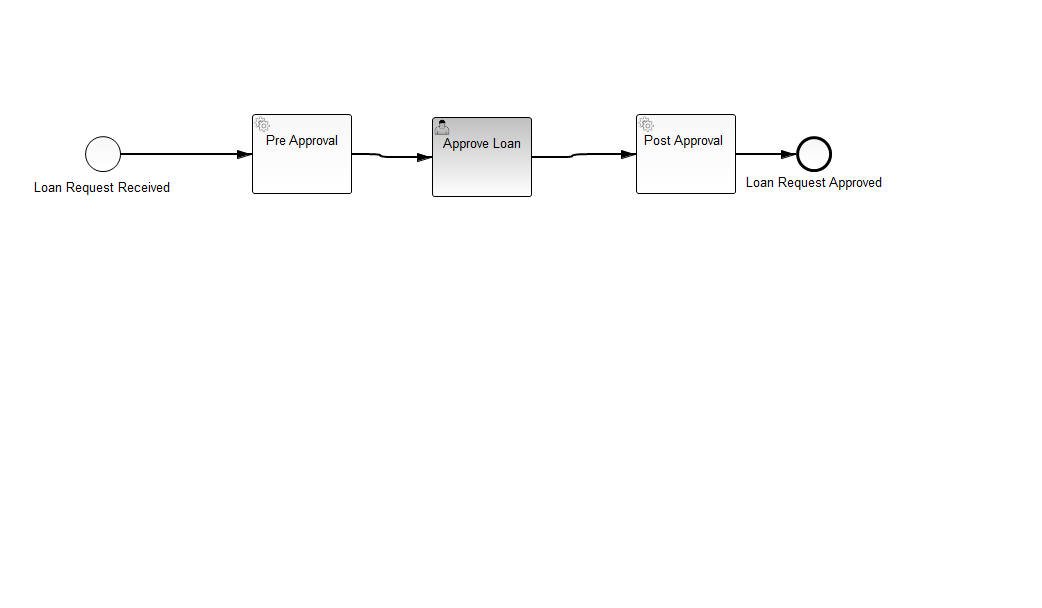
The BPMN diagram developing-process-applications/src/main/resources/loan-approval.png in pduleba/Camunda-SL, before a commit. Its source is kept beside it as developing-process-applications/src/main/resources/loan-approval.bpmn. Ids are renumbered.
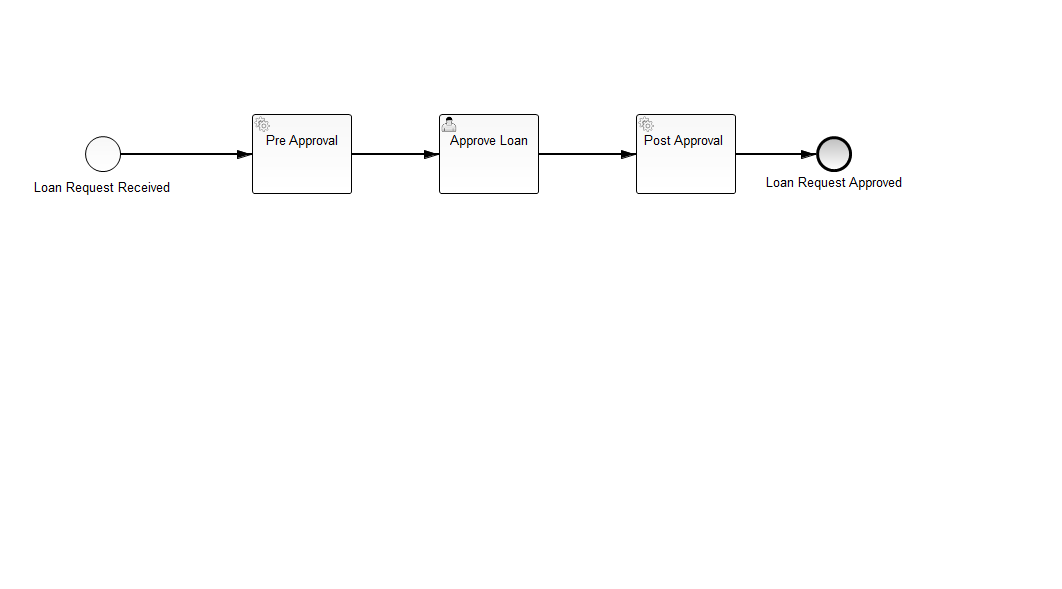
Above is the later version.

The edit, as a diff of the source:
```diff
@@ -9,9 +9,6 @@
       <bpmn:outgoing>SequenceFlow_1</bpmn:outgoing>
     </bpmn:serviceTask>
     <bpmn:sequenceFlow id="SequenceFlow_1" name="" sourceRef="ServiceTask_1" targetRef="UserTask_n2"/>
-    <bpmn:endEvent id="EndEvent_n3" name="Loan Request Approved">
-      <bpmn:incoming>SequenceFlow_2</bpmn:incoming>
-    </bpmn:endEvent>
     <bpmn:serviceTask id="ServiceTask_2" camunda_1:class="org.camunda.bpm.getstarted.loanapproval.PostProcessRequestDelegate" name="Post Approval ">
       <bpmn:incoming>SequenceFlow_n4</bpmn:incoming>
       <bpmn:outgoing>SequenceFlow_2</bpmn:outgoing>
@@ -22,6 +19,9 @@
       <bpmn:outgoing>SequenceFlow_n4</bpmn:outgoing>
     </bpmn:userTask>
     <bpmn:sequenceFlow id="SequenceFlow_n4" sourceRef="UserTask_n2" targetRef="ServiceTask_2"/>
+    <bpmn:endEvent id="EndEvent_n3" name="Loan Request Approved">
+      <bpmn:incoming>SequenceFlow_2</bpmn:incoming>
+    </bpmn:endEvent>
   </bpmn:process>
   <bpmndi:BPMNDiagram id="BPMNDiagram_1">
     <bpmndi:BPMNPlane id="BPMNPlane_1" bpmnElement="approve-loan">
@@ -39,21 +39,19 @@
         </bpmndi:BPMNLabel>
       </bpmndi:BPMNEdge>
       <bpmndi:BPMNShape id="UserTask_n2_di" bpmnElement="UserTask_n2">
-        <dc:Bounds height="80.0" width="100.0" x="432.0" y="117.0"/>
+        <dc:Bounds height="80.0" width="100.0" x="439.0" y="114.0"/>
       </bpmndi:BPMNShape>
       <bpmndi:BPMNShape id="EndEvent_n3_di" bpmnElement="EndEvent_n3">
-        <dc:Bounds height="36.0" width="36.0" x="796.0" y="136.0"/>
+        <dc:Bounds height="36.0" width="36.0" x="816.0" y="136.0"/>
         <bpmndi:BPMNLabel>
-          <dc:Bounds height="22.0" width="143.0" x="743.0" y="172.0"/>
+          <dc:Bounds height="22.0" width="143.0" x="763.0" y="172.0"/>
         </bpmndi:BPMNLabel>
       </bpmndi:BPMNShape>
       <bpmndi:BPMNEdge id="SequenceFlow_n4_di" bpmnElement="SequenceFlow_n4" targetElement="_BPMNShape_ServiceTask_3">
-        <di:waypoint xsi:type="dc:Point" x="532.0" y="157.0"/>
-        <di:waypoint xsi:type="dc:Point" x="572.0" y="157.0"/>
-        <di:waypoint xsi:type="dc:Point" x="572.0" y="154.0"/>
+        <di:waypoint xsi:type="dc:Point" x="539.0" y="154.0"/>
         <di:waypoint xsi:type="dc:Point" x="636.0" y="154.0"/>
         <bpmndi:BPMNLabel>
-          <dc:Bounds height="0.0" width="0.0" x="539.0" y="157.0"/>
+          <dc:Bounds height="0.0" width="0.0" x="546.0" y="154.0"/>
         </bpmndi:BPMNLabel>
       </bpmndi:BPMNEdge>
       <bpmndi:BPMNShape id="_BPMNShape_ServiceTask_2" bpmnElement="ServiceTask_1">
@@ -61,9 +59,7 @@
       </bpmndi:BPMNShape>
       <bpmndi:BPMNEdge id="BPMNEdge_SequenceFlow_1" bpmnElement="SequenceFlow_1" sourceElement="_BPMNShape_ServiceTask_2" targetElement="UserTask_n2_di">
         <di:waypoint xsi:type="dc:Point" x="352.0" y="154.0"/>
-        <di:waypoint xsi:type="dc:Point" x="380.0" y="154.0"/>
-        <di:waypoint xsi:type="dc:Point" x="380.0" y="157.0"/>
-        <di:waypoint xsi:type="dc:Point" x="432.0" y="157.0"/>
+        <di:waypoint xsi:type="dc:Point" x="439.0" y="154.0"/>
         <bpmndi:BPMNLabel>
           <dc:Bounds height="6.0" width="6.0" x="356.0" y="154.0"/>
         </bpmndi:BPMNLabel>
@@ -73,7 +69,10 @@
       </bpmndi:BPMNShape>
       <bpmndi:BPMNEdge id="BPMNEdge_SequenceFlow_2" bpmnElement="SequenceFlow_2" sourceElement="_BPMNShape_ServiceTask_3" targetElement="EndEvent_n3_di">
         <di:waypoint xsi:type="dc:Point" x="736.0" y="154.0"/>
-        <di:waypoint xsi:type="dc:Point" x="796.0" y="154.0"/>
+        <di:waypoint xsi:type="dc:Point" x="816.0" y="154.0"/>
+        <bpmndi:BPMNLabel>
+          <dc:Bounds height="6.0" width="6.0" x="763.0" y="154.0"/>
+        </bpmndi:BPMNLabel>
       </bpmndi:BPMNEdge>
     </bpmndi:BPMNPlane>
   </bpmndi:BPMNDiagram>
```
